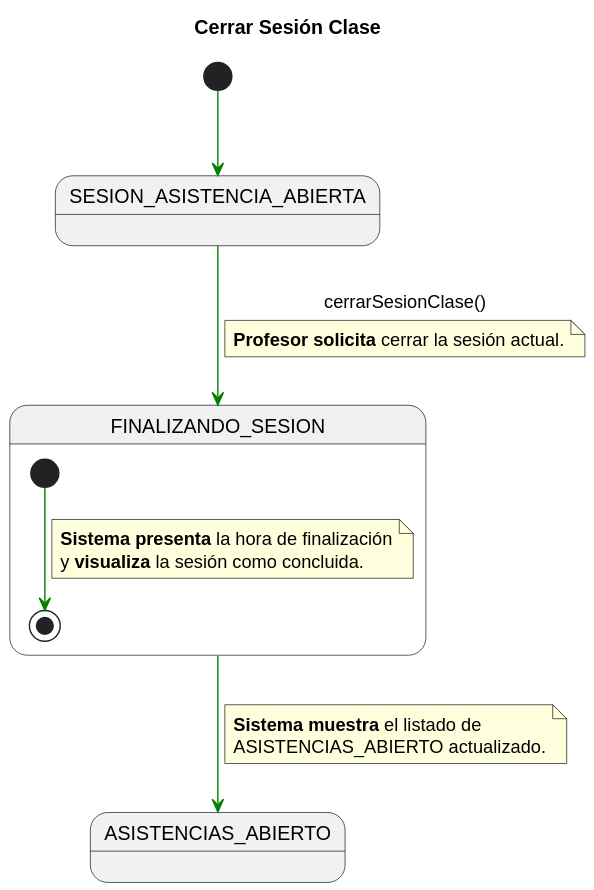
enmabry/25-26-IdSw1-SdR keeps this PlantUML diagram as documents/CasosDeUso/DetalladoCasosDeUso/Profesor/cerrarSesionClase.svg. Above is the earlier version.
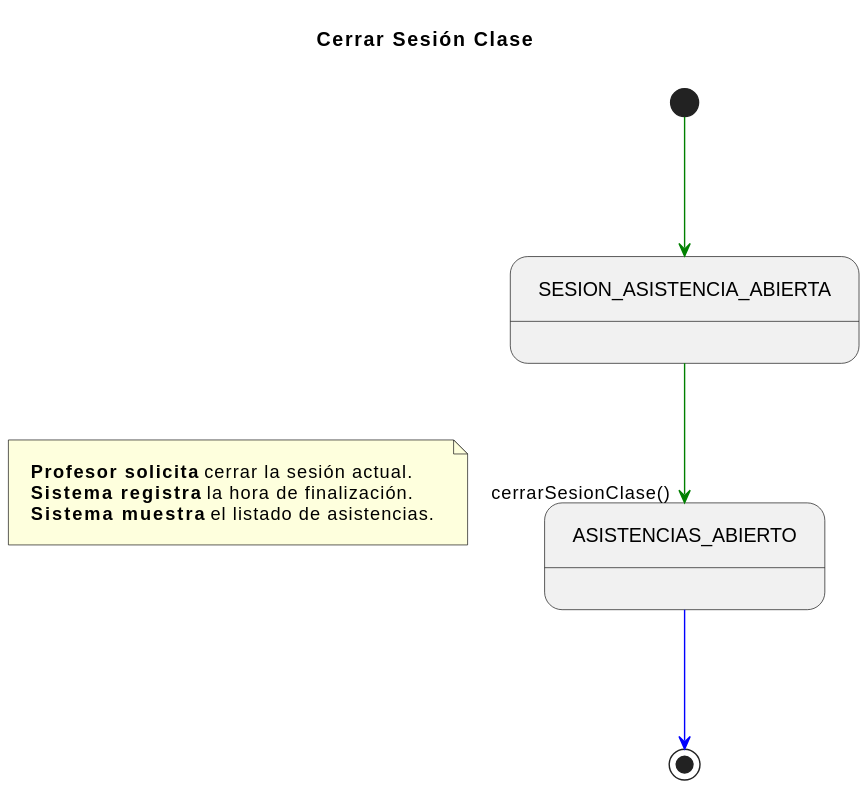
After the change.

Commit message:
refactor: reestructurar cerrarSesionClase eliminando estado compuesto innecesario

Diff of the diagram source:
```diff
@@ -1,32 +1,21 @@
 @startuml
 title Cerrar Sesión Clase
-skinparam linetype polyline
+skinparam nodesep 100
+skinparam ranksep 100
+skinparam linetype ortho
+skinparam Padding 10
 
-state SESION_ACTUAL_INICIAL as "SESION_ASISTENCIA_ABIERTA"
-state PROCESO_CIERRE_COMP   as "FINALIZANDO_SESION"
-state ASISTENCIAS_FINAL     as "ASISTENCIAS_ABIERTO"
+state SESION_ASISTENCIA_ABIERTA_INICIAL as "SESION_ASISTENCIA_ABIERTA"
+state ASISTENCIAS_ABIERTO_FINAL         as "ASISTENCIAS_ABIERTO"
 
-[*] -[#green]-> SESION_ACTUAL_INICIAL
+[*] -[#green]-> SESION_ASISTENCIA_ABIERTA_INICIAL
 
-SESION_ACTUAL_INICIAL -[#green]-> PROCESO_CIERRE_COMP : cerrarSesionClase()
-note on link
-<b>Profesor solicita</b> cerrar la sesión actual.
+SESION_ASISTENCIA_ABIERTA_INICIAL -[#green]-> ASISTENCIAS_ABIERTO_FINAL : cerrarSesionClase()
+note left on link
+    <b>Profesor solicita</b> cerrar la sesión actual.
+    <b>Sistema registra</b> la hora de finalización.
+    <b>Sistema muestra</b> el listado de asistencias.
 end note
 
-state PROCESO_CIERRE_COMP {
-
-
-    [*] -[#green]-> [*]
-    note on link
-    <b>Sistema presenta</b> la hora de finalización
-    y <b>visualiza</b> la sesión como concluida.
-    end note
-
-}
-
-PROCESO_CIERRE_COMP -[#green]-> ASISTENCIAS_FINAL
-note on link
-<b>Sistema muestra</b> el listado de
-ASISTENCIAS_ABIERTO actualizado.
-end note
+ASISTENCIAS_ABIERTO_FINAL -[#blue]-> [*]
 @enduml
```
